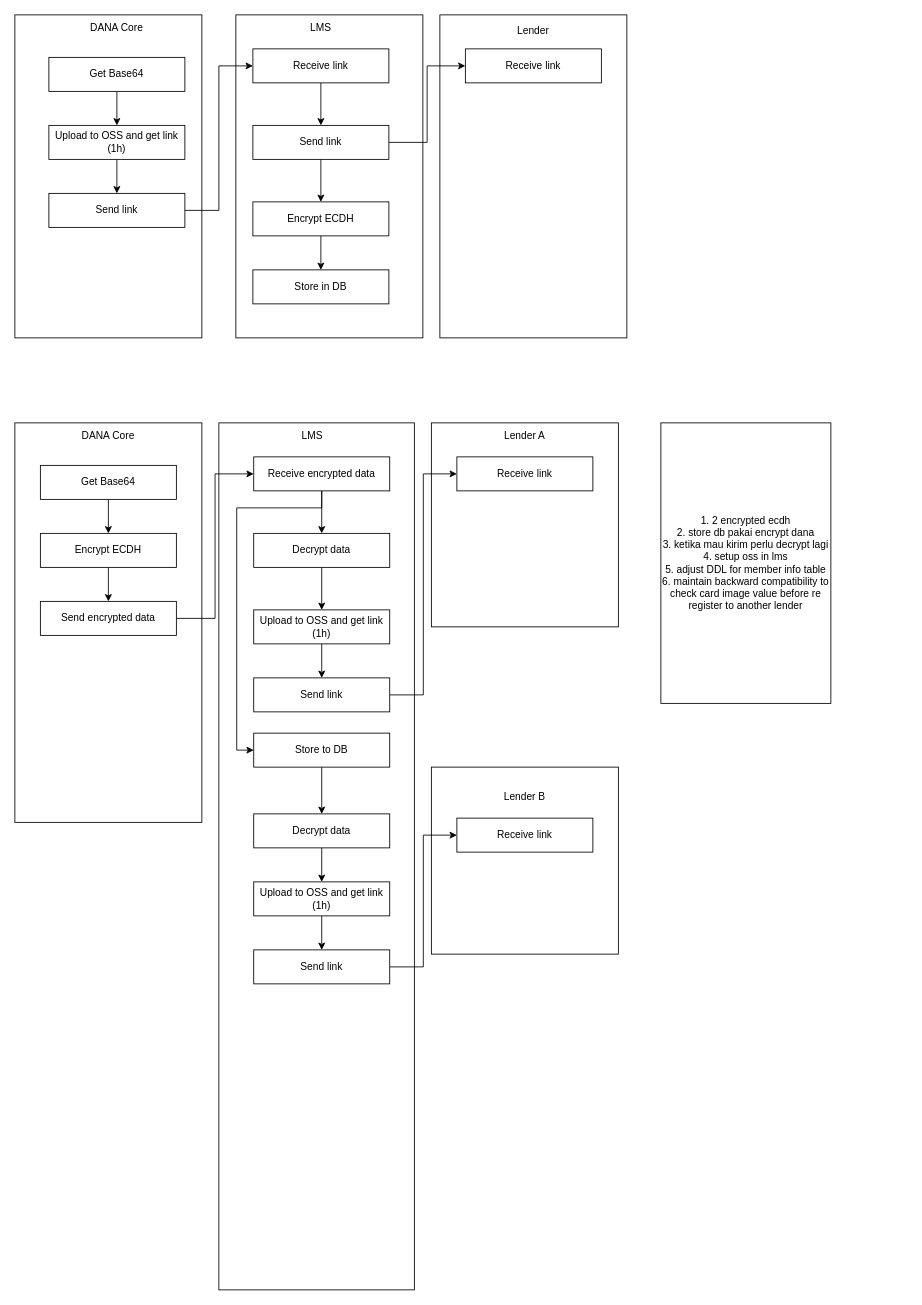
Above: page "PII Discussion" (2 of 2) of multi_lender_migration_sop.drawio in bonggalshn/dna_diagram (draw.io), before the change. Source tidied: cells renumbered, new cells numbered last; positions are measured from the earlier drawing's top-left corner, leaving out a move shared by most shapes. Both pictures are drawn from the tidied source at 85%, with x=0, y=0 at pixel (14, 14).
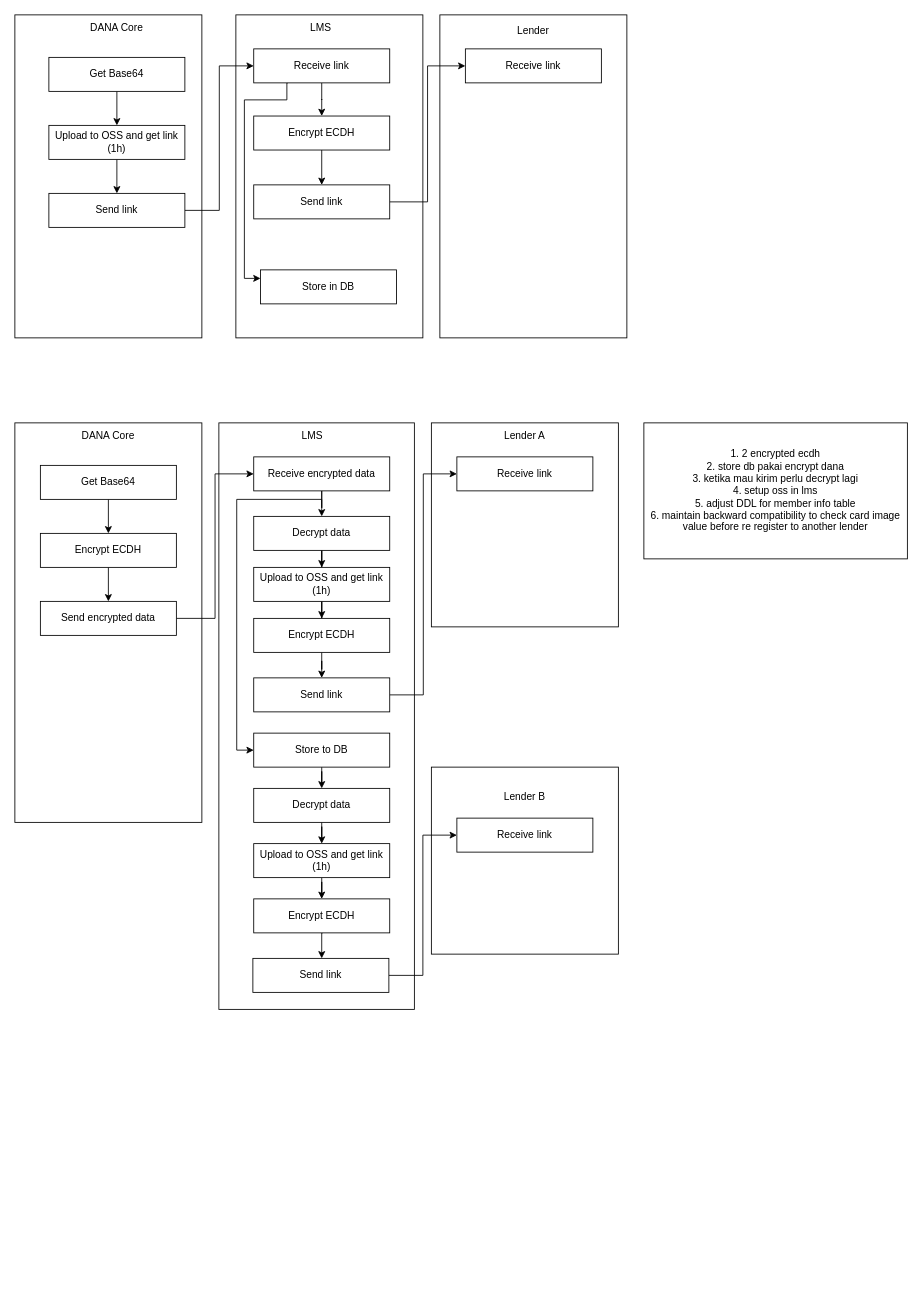
Above is the later version.

The change refers to these unchanged cells:
```xml
<mxCell id="34" value="Receive encrypted data" style="rounded=0;whiteSpace=wrap;html=1;imageVerticalAlign=top;" parent="1" vertex="1">
  <mxGeometry x="281" y="520" width="160" height="40" as="geometry" />
</mxCell>
<mxCell id="42" value="Send link" style="rounded=0;whiteSpace=wrap;html=1;imageVerticalAlign=top;" parent="1" vertex="1">
  <mxGeometry x="281" y="780" width="160" height="40" as="geometry" />
</mxCell>
<mxCell id="46" value="Store to DB" style="rounded=0;whiteSpace=wrap;html=1;imageVerticalAlign=top;" parent="1" vertex="1">
  <mxGeometry x="281" y="845" width="160" height="40" as="geometry" />
</mxCell>
```

Change to the diagram source:
```diff
@@
     <mxCell id="3" style="rounded=0;whiteSpace=wrap;html=1;" parent="1" vertex="1">
-      <mxGeometry x="240" y="480" width="230" height="1020" as="geometry" />
+      <mxGeometry x="240" y="480" width="230" height="690" as="geometry" />
     </mxCell>
@@
-    <mxCell id="14" style="edgeStyle=orthogonalEdgeStyle;rounded=0;jettySize=auto;html=1;entryX=0.5;entryY=0;entryDx=0;entryDy=0;" parent="1" edge="1" source="15" target="18">
-      <mxGeometry relative="1" as="geometry" />
-    </mxCell>
+    <mxCell id="57" style="edgeStyle=orthogonalEdgeStyle;rounded=0;jettySize=auto;html=1;" parent="1" edge="1" source="15" target="22">
+      <mxGeometry relative="1" as="geometry" />
+    </mxCell>
+    <mxCell id="58" style="edgeStyle=orthogonalEdgeStyle;rounded=0;jettySize=auto;html=1;exitX=0.25;exitY=1;exitDx=0;exitDy=0;entryX=0;entryY=0.25;entryDx=0;entryDy=0;" parent="1" edge="1" source="15" target="23">
+      <mxGeometry relative="1" as="geometry">
+        <Array as="points">
+          <mxPoint x="320" y="80" />
+          <mxPoint x="320" y="100" />
+          <mxPoint x="270" y="100" />
+          <mxPoint x="270" y="310" />
+        </Array>
+      </mxGeometry>
+    </mxCell>
     <mxCell id="15" value="Receive link" style="rounded=0;whiteSpace=wrap;html=1;imageVerticalAlign=top;" parent="1" vertex="1">
-      <mxGeometry x="280" y="40" width="160" height="40" as="geometry" />
+      <mxGeometry x="281" y="40" width="160" height="40" as="geometry" />
     </mxCell>
-    <mxCell id="16" style="edgeStyle=orthogonalEdgeStyle;rounded=0;jettySize=auto;html=1;" parent="1" edge="1" source="18" target="22">
-      <mxGeometry relative="1" as="geometry" />
-    </mxCell>
@@
     <mxCell id="18" value="Send link" style="rounded=0;whiteSpace=wrap;html=1;imageVerticalAlign=top;" parent="1" vertex="1">
-      <mxGeometry x="280" y="130" width="160" height="40" as="geometry" />
+      <mxGeometry x="281" y="200" width="160" height="40" as="geometry" />
     </mxCell>
@@
-    <mxCell id="21" style="edgeStyle=orthogonalEdgeStyle;rounded=0;jettySize=auto;html=1;entryX=0.5;entryY=0;entryDx=0;entryDy=0;" parent="1" edge="1" source="22" target="23">
-      <mxGeometry relative="1" as="geometry" />
-    </mxCell>
+    <mxCell id="59" style="edgeStyle=orthogonalEdgeStyle;rounded=0;jettySize=auto;html=1;exitX=0.5;exitY=1;exitDx=0;exitDy=0;" parent="1" edge="1" source="22" target="18">
+      <mxGeometry relative="1" as="geometry" />
+    </mxCell>
     <mxCell id="22" value="Encrypt ECDH" style="rounded=0;whiteSpace=wrap;html=1;imageVerticalAlign=top;" parent="1" vertex="1">
-      <mxGeometry x="280" y="220" width="160" height="40" as="geometry" />
+      <mxGeometry x="281" y="119" width="160" height="40" as="geometry" />
     </mxCell>
     <mxCell id="23" value="Store in DB" style="rounded=0;whiteSpace=wrap;html=1;imageVerticalAlign=top;" parent="1" vertex="1">
-      <mxGeometry x="280" y="300" width="160" height="40" as="geometry" />
+      <mxGeometry x="289" y="300" width="160" height="40" as="geometry" />
     </mxCell>
@@
     <mxCell id="33" style="edgeStyle=orthogonalEdgeStyle;rounded=0;jettySize=auto;html=1;entryX=0;entryY=0.5;entryDx=0;entryDy=0;" parent="1" edge="1" source="34" target="46">
       <mxGeometry relative="1" as="geometry">
         <Array as="points">
-          <mxPoint x="361" y="580" />
-          <mxPoint x="261" y="580" />
+          <mxPoint x="361" y="570" />
+          <mxPoint x="261" y="570" />
           <mxPoint x="261" y="865" />
         </Array>
       </mxGeometry>
     </mxCell>
@@
     <mxCell id="36" value="Decrypt data" style="rounded=0;whiteSpace=wrap;html=1;imageVerticalAlign=top;" parent="1" vertex="1">
-      <mxGeometry x="281" y="610" width="160" height="40" as="geometry" />
+      <mxGeometry x="281" y="590" width="160" height="40" as="geometry" />
     </mxCell>
@@
-    <mxCell id="39" style="edgeStyle=orthogonalEdgeStyle;rounded=0;jettySize=auto;html=1;entryX=0.5;entryY=0;entryDx=0;entryDy=0;" parent="1" edge="1" source="40" target="42">
-      <mxGeometry relative="1" as="geometry" />
-    </mxCell>
+    <mxCell id="60" style="edgeStyle=orthogonalEdgeStyle;rounded=0;jettySize=auto;html=1;" parent="1" edge="1" source="40" target="62">
+      <mxGeometry relative="1" as="geometry" />
+    </mxCell>
     <mxCell id="40" value="Upload to OSS and get link (1h)" style="rounded=0;whiteSpace=wrap;html=1;imageVerticalAlign=top;" parent="1" vertex="1">
-      <mxGeometry x="281" y="700" width="160" height="40" as="geometry" />
+      <mxGeometry x="281" y="650" width="160" height="40" as="geometry" />
     </mxCell>
@@
     <mxCell id="51" value="Decrypt data" style="rounded=0;whiteSpace=wrap;html=1;imageVerticalAlign=top;" parent="1" vertex="1">
-      <mxGeometry x="281" y="940" width="160" height="40" as="geometry" />
+      <mxGeometry x="281" y="910" width="160" height="40" as="geometry" />
     </mxCell>
-    <mxCell id="52" style="edgeStyle=orthogonalEdgeStyle;rounded=0;jettySize=auto;html=1;" parent="1" edge="1" source="53" target="55">
+    <mxCell id="52" style="edgeStyle=orthogonalEdgeStyle;rounded=0;jettySize=auto;html=1;entryX=0.5;entryY=0;entryDx=0;entryDy=0;" parent="1" edge="1" source="53" target="64">
       <mxGeometry relative="1" as="geometry" />
     </mxCell>
     <mxCell id="53" value="Upload to OSS and get link (1h)" style="rounded=0;whiteSpace=wrap;html=1;imageVerticalAlign=top;" parent="1" vertex="1">
-      <mxGeometry x="281" y="1020" width="160" height="40" as="geometry" />
+      <mxGeometry x="281" y="975" width="160" height="40" as="geometry" />
     </mxCell>
@@
     <mxCell id="55" value="Send link" style="rounded=0;whiteSpace=wrap;html=1;imageVerticalAlign=top;" parent="1" vertex="1">
-      <mxGeometry x="281" y="1100" width="160" height="40" as="geometry" />
+      <mxGeometry x="280" y="1110" width="160" height="40" as="geometry" />
     </mxCell>
     <mxCell id="56" value="1. 2 encrypted ecdh&lt;br&gt;2. store db pakai encrypt dana&lt;br&gt;3. ketika mau kirim perlu decrypt lagi&lt;br&gt;4. setup oss in lms&lt;br&gt;5. adjust DDL for member info table&lt;br&gt;6. maintain backward compatibility to check card image value before re register to another lender" style="rounded=0;whiteSpace=wrap;html=1;" parent="1" vertex="1">
-      <mxGeometry x="760" y="480" width="200" height="330" as="geometry" />
+      <mxGeometry x="740" y="480" width="310" height="160" as="geometry" />
     </mxCell>
+    <mxCell id="61" style="edgeStyle=orthogonalEdgeStyle;rounded=0;jettySize=auto;html=1;" parent="1" edge="1" source="62" target="42">
+      <mxGeometry relative="1" as="geometry" />
+    </mxCell>
+    <mxCell id="62" value="Encrypt ECDH" style="rounded=0;whiteSpace=wrap;html=1;imageVerticalAlign=top;" parent="1" vertex="1">
+      <mxGeometry x="281" y="710" width="160" height="40" as="geometry" />
+    </mxCell>
+    <mxCell id="63" style="edgeStyle=orthogonalEdgeStyle;rounded=0;orthogonalLoop=1;jettySize=auto;html=1;" parent="1" edge="1">
+      <mxGeometry relative="1" as="geometry">
+        <mxPoint x="362" y="1080" as="sourcePoint" />
+        <mxPoint x="361" y="1110" as="targetPoint" />
+      </mxGeometry>
+    </mxCell>
+    <mxCell id="64" value="Encrypt ECDH" style="rounded=0;whiteSpace=wrap;html=1;imageVerticalAlign=top;" parent="1" vertex="1">
+      <mxGeometry x="281" y="1040" width="160" height="40" as="geometry" />
+    </mxCell>
```
